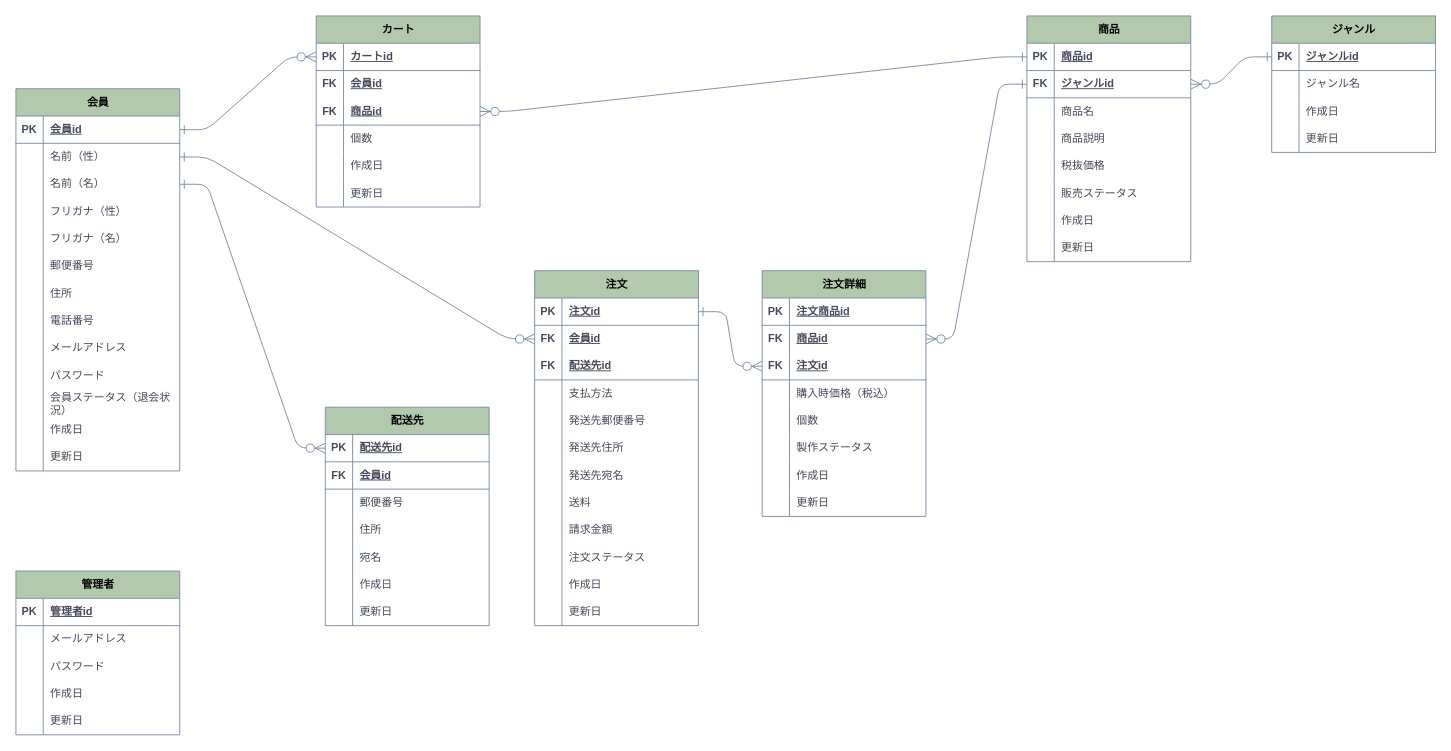
Ganmo3/drawio keeps this draw.io diagram as ER_nagano-cake.drawio. Above is the earlier version. Source tidied: cells renumbered, new cells numbered last; positions are measured from the earlier drawing's top-left corner, leaving out a move shared by most shapes. Both pictures are drawn from the tidied source at 91%, with x=0, y=0 at pixel (15, 15).
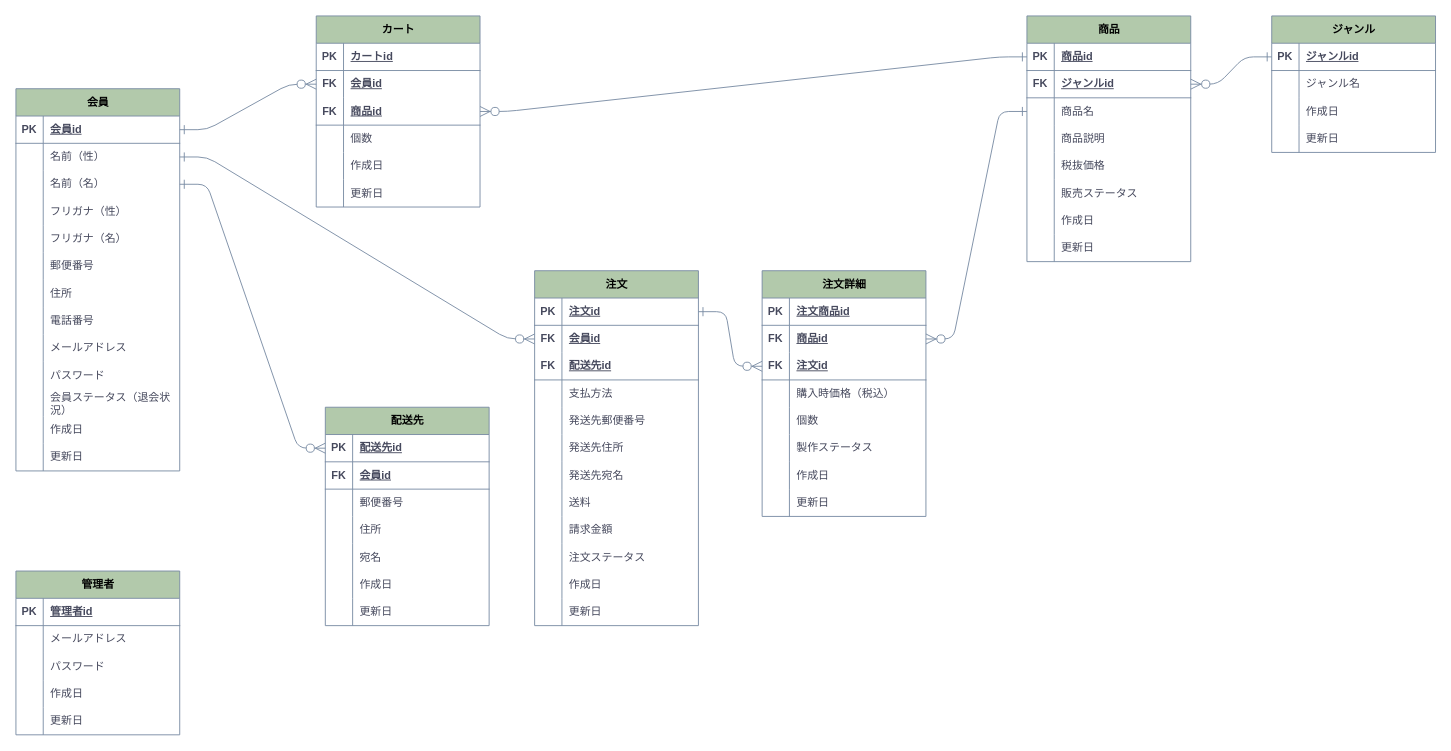
The same diagram, later.

Commit message:
ER_nagano-cake.drawio を更新します

Unchanged cells that the change refers to:
```xml
<mxCell id="19" style="shape=tableRow;horizontal=0;startSize=0;swimlaneHead=0;swimlaneBody=0;fillColor=none;points=[[0,0.5],[1,0.5]];portConstraint=eastwest;top=0;left=0;right=0;bottom=1;strokeColor=#788AA3;fontFamily=Helvetica;fontSize=12;fontColor=#46495D;html=1;labelBackgroundColor=none;" parent="18" vertex="1">
  <mxGeometry y="30" width="180" height="30" as="geometry" />
</mxCell>
<mxCell id="67" style="shape=tableRow;horizontal=0;startSize=0;swimlaneHead=0;swimlaneBody=0;fillColor=none;points=[[0,0.5],[1,0.5]];portConstraint=eastwest;top=0;left=0;right=0;bottom=1;strokeColor=#788AA3;fontFamily=Helvetica;fontSize=12;fontColor=#46495D;html=1;labelBackgroundColor=none;" parent="63" vertex="1">
  <mxGeometry y="60" width="180" height="30" as="geometry" />
</mxCell>
<mxCell id="70" style="shape=tableRow;horizontal=0;startSize=0;swimlaneHead=0;swimlaneBody=0;fillColor=none;points=[[0,0.5],[1,0.5]];portConstraint=eastwest;top=0;left=0;right=0;bottom=0;strokeColor=#788AA3;fontFamily=Helvetica;fontSize=12;fontColor=#46495D;html=1;labelBackgroundColor=none;" parent="63" vertex="1">
  <mxGeometry y="90" width="180" height="30" as="geometry" />
</mxCell>
<mxCell id="103" style="shape=tableRow;horizontal=0;startSize=0;swimlaneHead=0;swimlaneBody=0;fillColor=none;points=[[0,0.5],[1,0.5]];portConstraint=eastwest;top=0;left=0;right=0;bottom=1;strokeColor=#788AA3;fontFamily=Helvetica;fontSize=12;fontColor=#46495D;html=1;labelBackgroundColor=none;" parent="102" vertex="1">
  <mxGeometry y="30" width="180" height="30" as="geometry" />
</mxCell>
<mxCell id="106" style="shape=tableRow;horizontal=0;startSize=0;swimlaneHead=0;swimlaneBody=0;fillColor=none;points=[[0,0.5],[1,0.5]];portConstraint=eastwest;top=0;left=0;right=0;bottom=0;strokeColor=#788AA3;fontFamily=Helvetica;fontSize=12;fontColor=#46495D;html=1;labelBackgroundColor=none;" parent="102" vertex="1">
  <mxGeometry y="60" width="180" height="30" as="geometry" />
</mxCell>
<mxCell id="189" style="shape=tableRow;horizontal=0;startSize=0;swimlaneHead=0;swimlaneBody=0;fillColor=none;points=[[0,0.5],[1,0.5]];portConstraint=eastwest;top=0;left=0;right=0;bottom=0;strokeColor=#788AA3;fontFamily=Helvetica;fontSize=12;fontColor=#46495D;html=1;labelBackgroundColor=none;" parent="185" vertex="1">
  <mxGeometry y="60" width="180" height="30" as="geometry" />
</mxCell>
```

Diff of the diagram source:
```diff
@@
-    <mxCell id="121" style="edgeStyle=entityRelationEdgeStyle;fontSize=12;html=1;endArrow=ERzeroToMany;endFill=1;fontFamily=Helvetica;fontColor=default;startSize=8;entryX=0;entryY=0.5;entryDx=0;entryDy=0;rounded=1;startArrow=ERone;startFill=0;exitX=1;exitY=0.5;exitDx=0;exitDy=0;endSize=9;labelBackgroundColor=none;strokeColor=#788AA3;" parent="1" edge="1" source="19" target="103">
+    <mxCell id="121" style="edgeStyle=entityRelationEdgeStyle;fontSize=12;html=1;endArrow=ERzeroToMany;endFill=1;fontFamily=Helvetica;fontColor=default;startSize=8;entryX=0;entryY=0.5;entryDx=0;entryDy=0;rounded=1;startArrow=ERone;startFill=0;exitX=1;exitY=0.5;exitDx=0;exitDy=0;endSize=9;labelBackgroundColor=none;strokeColor=#788AA3;" parent="1" edge="1" source="19" target="106">
       <mxGeometry relative="1" as="geometry" />
     </mxCell>
@@
-    <mxCell id="211" style="edgeStyle=entityRelationEdgeStyle;fontSize=12;html=1;endArrow=ERzeroToMany;endFill=1;rounded=1;fontFamily=Helvetica;fontColor=default;startSize=8;entryX=1;entryY=0.5;entryDx=0;entryDy=0;exitX=0;exitY=0.5;exitDx=0;exitDy=0;startArrow=ERone;startFill=0;endSize=9;labelBackgroundColor=none;strokeColor=#788AA3;" parent="1" edge="1" source="67" target="189">
+    <mxCell id="211" style="edgeStyle=entityRelationEdgeStyle;fontSize=12;html=1;endArrow=ERzeroToMany;endFill=1;rounded=1;fontFamily=Helvetica;fontColor=default;startSize=8;entryX=1;entryY=0.5;entryDx=0;entryDy=0;exitX=0;exitY=0.5;exitDx=0;exitDy=0;startArrow=ERone;startFill=0;endSize=9;labelBackgroundColor=none;strokeColor=#788AA3;" parent="1" edge="1" source="70" target="189">
       <mxGeometry relative="1" as="geometry" />
     </mxCell>
```
